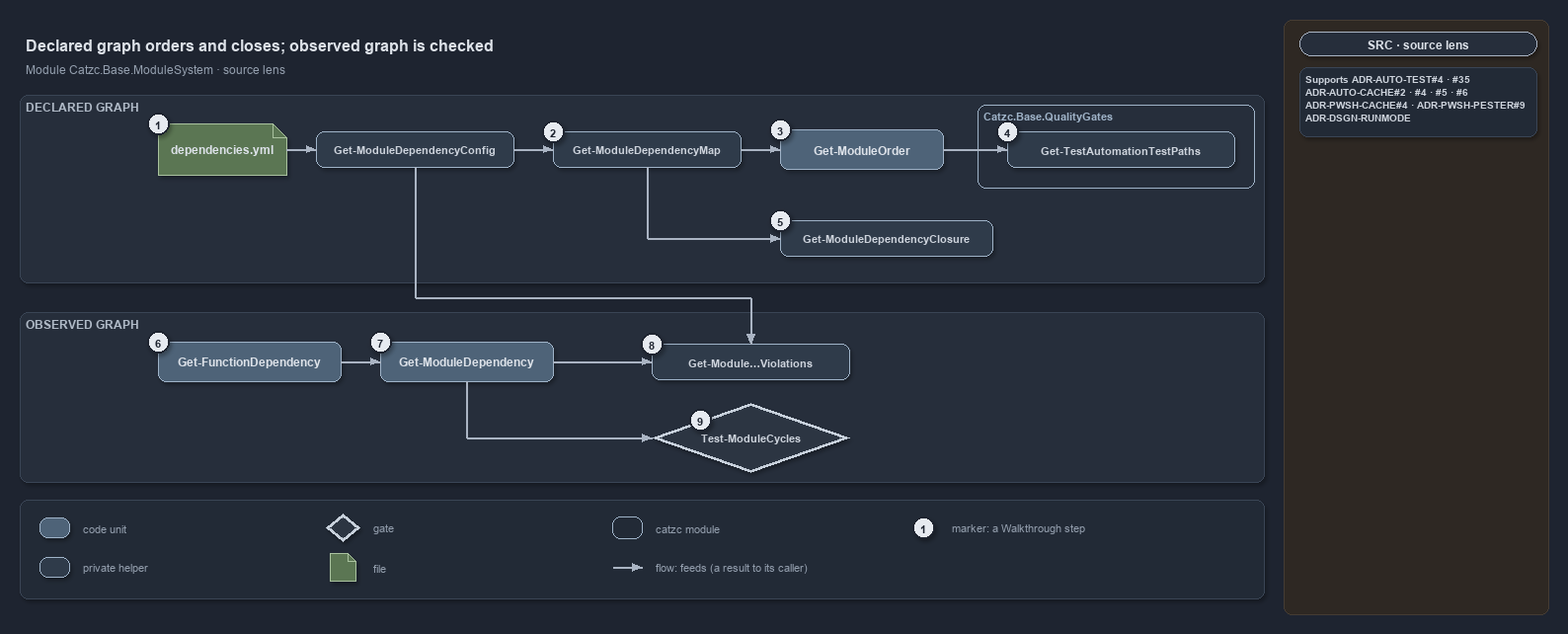
Above: docs/references/pwsh/.assets/module-graph-declared-vs-observed/diagram.drawio.png in casperease/catzc (draw.io), before the change. Source tidied: cells renumbered, new cells last; positions are measured from the earlier drawing's top-left corner, leaving out a move shared by most shapes. Source of this version:
```xml
<mxGraphModel background="#1E2430" shadow="1">
  <root>
    <mxCell id="0" />
    <mxCell id="1" parent="0" />
    <mxCell id="2" style="rounded=1;arcSize=2;html=1;fillColor=#2E2823;strokeColor=#453C33;shadow=0;" parent="1" vertex="1">
      <mxGeometry x="1280" width="268" height="602" as="geometry" />
    </mxCell>
    <mxCell id="3" value="Declared graph orders and closes; observed graph is checked" style="text;html=1;align=left;verticalAlign=middle;fontSize=16;fontStyle=1;fontColor=#DDE2E9;" parent="1" vertex="1">
      <mxGeometry y="10" width="1260" height="30" as="geometry" />
    </mxCell>
    <mxCell id="4" value="Module Catzc.Base.ModuleSystem · source lens" style="text;html=1;align=left;verticalAlign=middle;fontSize=12;fontColor=#949FAE;" parent="1" vertex="1">
      <mxGeometry y="40" width="1260" height="20" as="geometry" />
    </mxCell>
    <mxCell id="5" value="DECLARED GRAPH" style="rounded=1;html=1;arcSize=3;fillColor=#262E3B;strokeColor=#3A4555;verticalAlign=top;align=left;spacingLeft=8;fontStyle=1;fontSize=12;fontColor=#B0BAC7;" parent="1" vertex="1">
      <mxGeometry y="76" width="1260" height="190" as="geometry" />
    </mxCell>
    <mxCell id="6" value="OBSERVED GRAPH" style="rounded=1;html=1;arcSize=3;fillColor=#262E3B;strokeColor=#3A4555;verticalAlign=top;align=left;spacingLeft=8;fontStyle=1;fontSize=12;fontColor=#B0BAC7;" parent="1" vertex="1">
      <mxGeometry y="296" width="1260" height="172" as="geometry" />
    </mxCell>
    <mxCell id="7" value="Catzc.Base.QualityGates" style="rounded=1;html=1;arcSize=6;fillColor=none;strokeColor=#9FB3C8;strokeWidth=1.5;verticalAlign=top;align=left;spacingLeft=8;fontStyle=1;fontSize=11;fontColor=#9FB3C8;shadow=0;" parent="1" vertex="1">
      <mxGeometry x="970" y="86" width="280" height="84" as="geometry" />
    </mxCell>
    <mxCell id="8" value="&lt;b&gt;dependencies.yml&lt;/b&gt;" style="shape=note;size=14;whiteSpace=wrap;html=1;fillColor=#5B7653;strokeColor=#A9C29F;fontColor=#DDE2E9;fontSize=12;" parent="1" vertex="1">
      <mxGeometry x="140" y="105" width="130" height="52" as="geometry" />
    </mxCell>
    <mxCell id="9" value="&lt;b&gt;Get-ModuleDependencyConfig&lt;/b&gt;" style="rounded=1;whiteSpace=wrap;html=1;arcSize=20;fillColor=#2F3B4A;strokeColor=#9FB3C8;fontColor=#CDD3DC;fontSize=11;" parent="1" vertex="1">
      <mxGeometry x="300" y="113" width="200" height="36" as="geometry" />
    </mxCell>
    <mxCell id="10" value="&lt;b&gt;Get-ModuleDependencyMap&lt;/b&gt;" style="rounded=1;whiteSpace=wrap;html=1;arcSize=20;fillColor=#2F3B4A;strokeColor=#9FB3C8;fontColor=#CDD3DC;fontSize=11;" parent="1" vertex="1">
      <mxGeometry x="540" y="113" width="190" height="36" as="geometry" />
    </mxCell>
    <mxCell id="11" value="&lt;b&gt;Get-ModuleOrder&lt;/b&gt;" style="rounded=1;whiteSpace=wrap;html=1;arcSize=20;fillColor=#4E6378;strokeColor=#9FB3C8;fontColor=#DDE2E9;fontSize=12;" parent="1" vertex="1">
      <mxGeometry x="770" y="111" width="165" height="40" as="geometry" />
    </mxCell>
    <mxCell id="12" value="&lt;b&gt;Get-TestAutomationTestPaths&lt;/b&gt;" style="rounded=1;whiteSpace=wrap;html=1;arcSize=20;fillColor=#2F3B4A;strokeColor=#9FB3C8;fontColor=#CDD3DC;fontSize=11;" parent="1" vertex="1">
      <mxGeometry x="1000" y="113" width="230" height="36" as="geometry" />
    </mxCell>
    <mxCell id="13" value="&lt;b&gt;Get-ModuleDependencyClosure&lt;/b&gt;" style="rounded=1;whiteSpace=wrap;html=1;arcSize=20;fillColor=#2F3B4A;strokeColor=#9FB3C8;fontColor=#CDD3DC;fontSize=11;" parent="1" vertex="1">
      <mxGeometry x="770" y="203" width="215" height="36" as="geometry" />
    </mxCell>
    <mxCell id="14" value="&lt;b&gt;Get-FunctionDependency&lt;/b&gt;" style="rounded=1;whiteSpace=wrap;html=1;arcSize=20;fillColor=#4E6378;strokeColor=#9FB3C8;fontColor=#DDE2E9;fontSize=12;" parent="1" vertex="1">
      <mxGeometry x="140" y="326" width="185" height="40" as="geometry" />
    </mxCell>
    <mxCell id="15" value="&lt;b&gt;Get-ModuleDependency&lt;/b&gt;" style="rounded=1;whiteSpace=wrap;html=1;arcSize=20;fillColor=#4E6378;strokeColor=#9FB3C8;fontColor=#DDE2E9;fontSize=12;" parent="1" vertex="1">
      <mxGeometry x="365" y="326" width="175" height="40" as="geometry" />
    </mxCell>
    <mxCell id="16" value="&lt;b&gt;Get-Module…Violations&lt;/b&gt;" style="rounded=1;whiteSpace=wrap;html=1;arcSize=20;fillColor=#2F3B4A;strokeColor=#9FB3C8;fontColor=#CDD3DC;fontSize=11;" parent="1" vertex="1">
      <mxGeometry x="640" y="328" width="200" height="36" as="geometry" />
    </mxCell>
    <mxCell id="17" value="&lt;b&gt;Test-ModuleCycles&lt;/b&gt;" style="rhombus;whiteSpace=wrap;html=1;fillColor=#2C3542;strokeColor=#C7D0DB;strokeWidth=3;fontColor=#CDD3DC;fontSize=11;" parent="1" vertex="1">
      <mxGeometry x="640" y="388" width="200" height="70" as="geometry" />
    </mxCell>
    <mxCell id="18" style="text;html=1;strokeColor=none;fillColor=none;" parent="1" vertex="1">
      <mxGeometry x="635" y="221" width="1" height="1" as="geometry" />
    </mxCell>
    <mxCell id="19" style="text;html=1;strokeColor=none;fillColor=none;" parent="1" vertex="1">
      <mxGeometry x="400" y="281" width="1" height="1" as="geometry" />
    </mxCell>
    <mxCell id="20" style="text;html=1;strokeColor=none;fillColor=none;" parent="1" vertex="1">
      <mxGeometry x="740" y="281" width="1" height="1" as="geometry" />
    </mxCell>
    <mxCell id="21" style="text;html=1;strokeColor=none;fillColor=none;" parent="1" vertex="1">
      <mxGeometry x="452" y="423" width="1" height="1" as="geometry" />
    </mxCell>
    <mxCell id="22" style="edgeStyle=orthogonalEdgeStyle;rounded=1;html=1;fontSize=10;fontColor=#CDD3DC;endArrow=block;strokeColor=#AAB4C3;shadow=0;" parent="1" edge="1" source="8" target="9">
      <mxGeometry relative="1" as="geometry" />
    </mxCell>
    <mxCell id="23" style="edgeStyle=orthogonalEdgeStyle;rounded=1;html=1;fontSize=10;fontColor=#CDD3DC;endArrow=block;strokeColor=#AAB4C3;shadow=0;" parent="1" edge="1" source="9" target="10">
      <mxGeometry relative="1" as="geometry" />
    </mxCell>
    <mxCell id="24" style="edgeStyle=orthogonalEdgeStyle;rounded=1;html=1;fontSize=10;fontColor=#CDD3DC;endArrow=block;strokeColor=#AAB4C3;shadow=0;" parent="1" edge="1" source="10" target="11">
      <mxGeometry relative="1" as="geometry" />
    </mxCell>
    <mxCell id="25" style="edgeStyle=orthogonalEdgeStyle;rounded=1;html=1;fontSize=10;fontColor=#CDD3DC;endArrow=block;strokeColor=#AAB4C3;shadow=0;" parent="1" edge="1" source="11" target="12">
      <mxGeometry relative="1" as="geometry" />
    </mxCell>
    <mxCell id="26" style="edgeStyle=orthogonalEdgeStyle;rounded=1;html=1;endArrow=none;strokeColor=#AAB4C3;shadow=0;" parent="1" edge="1" source="10" target="18">
      <mxGeometry relative="1" as="geometry" />
    </mxCell>
    <mxCell id="27" style="edgeStyle=orthogonalEdgeStyle;rounded=1;html=1;fontSize=10;fontColor=#CDD3DC;endArrow=block;strokeColor=#AAB4C3;shadow=0;" parent="1" edge="1" source="18" target="13">
      <mxGeometry relative="1" as="geometry" />
    </mxCell>
    <mxCell id="28" style="edgeStyle=orthogonalEdgeStyle;rounded=1;html=1;endArrow=none;strokeColor=#AAB4C3;shadow=0;" parent="1" edge="1" source="9" target="19">
      <mxGeometry relative="1" as="geometry" />
    </mxCell>
    <mxCell id="29" style="edgeStyle=orthogonalEdgeStyle;rounded=1;html=1;endArrow=none;strokeColor=#AAB4C3;shadow=0;" parent="1" edge="1" source="19" target="20">
      <mxGeometry relative="1" as="geometry" />
    </mxCell>
    <mxCell id="30" style="edgeStyle=orthogonalEdgeStyle;rounded=1;html=1;fontSize=10;fontColor=#CDD3DC;endArrow=block;strokeColor=#AAB4C3;shadow=0;" parent="1" edge="1" source="20" target="16">
      <mxGeometry relative="1" as="geometry" />
    </mxCell>
    <mxCell id="31" style="edgeStyle=orthogonalEdgeStyle;rounded=1;html=1;fontSize=10;fontColor=#CDD3DC;endArrow=block;strokeColor=#AAB4C3;shadow=0;" parent="1" edge="1" source="14" target="15">
      <mxGeometry relative="1" as="geometry" />
    </mxCell>
    <mxCell id="32" style="edgeStyle=orthogonalEdgeStyle;rounded=1;html=1;fontSize=10;fontColor=#CDD3DC;endArrow=block;strokeColor=#AAB4C3;shadow=0;" parent="1" edge="1" source="15" target="16">
      <mxGeometry relative="1" as="geometry" />
    </mxCell>
    <mxCell id="33" style="edgeStyle=orthogonalEdgeStyle;rounded=1;html=1;endArrow=none;strokeColor=#AAB4C3;shadow=0;" parent="1" edge="1" source="15" target="21">
      <mxGeometry relative="1" as="geometry" />
    </mxCell>
    <mxCell id="34" style="edgeStyle=orthogonalEdgeStyle;rounded=1;html=1;fontSize=10;fontColor=#CDD3DC;endArrow=block;strokeColor=#AAB4C3;shadow=0;" parent="1" edge="1" source="21" target="17">
      <mxGeometry relative="1" as="geometry" />
    </mxCell>
    <mxCell id="35" value="1" style="ellipse;html=1;fillColor=#E6EAF0;strokeColor=#1E2430;strokeWidth=2;fontColor=#1E2430;fontStyle=1;fontSize=11;" parent="1" vertex="1">
      <mxGeometry x="129" y="94" width="22" height="22" as="geometry" />
    </mxCell>
    <mxCell id="36" value="2" style="ellipse;html=1;fillColor=#E6EAF0;strokeColor=#1E2430;strokeWidth=2;fontColor=#1E2430;fontStyle=1;fontSize=11;" parent="1" vertex="1">
      <mxGeometry x="529" y="102" width="22" height="22" as="geometry" />
    </mxCell>
    <mxCell id="37" value="3" style="ellipse;html=1;fillColor=#E6EAF0;strokeColor=#1E2430;strokeWidth=2;fontColor=#1E2430;fontStyle=1;fontSize=11;" parent="1" vertex="1">
      <mxGeometry x="759" y="100" width="22" height="22" as="geometry" />
    </mxCell>
    <mxCell id="38" value="4" style="ellipse;html=1;fillColor=#E6EAF0;strokeColor=#1E2430;strokeWidth=2;fontColor=#1E2430;fontStyle=1;fontSize=11;" parent="1" vertex="1">
      <mxGeometry x="989" y="102" width="22" height="22" as="geometry" />
    </mxCell>
    <mxCell id="39" value="5" style="ellipse;html=1;fillColor=#E6EAF0;strokeColor=#1E2430;strokeWidth=2;fontColor=#1E2430;fontStyle=1;fontSize=11;" parent="1" vertex="1">
      <mxGeometry x="759" y="192" width="22" height="22" as="geometry" />
    </mxCell>
    <mxCell id="40" value="6" style="ellipse;html=1;fillColor=#E6EAF0;strokeColor=#1E2430;strokeWidth=2;fontColor=#1E2430;fontStyle=1;fontSize=11;" parent="1" vertex="1">
      <mxGeometry x="129" y="315" width="22" height="22" as="geometry" />
    </mxCell>
    <mxCell id="41" value="7" style="ellipse;html=1;fillColor=#E6EAF0;strokeColor=#1E2430;strokeWidth=2;fontColor=#1E2430;fontStyle=1;fontSize=11;" parent="1" vertex="1">
      <mxGeometry x="354" y="315" width="22" height="22" as="geometry" />
    </mxCell>
    <mxCell id="42" value="8" style="ellipse;html=1;fillColor=#E6EAF0;strokeColor=#1E2430;strokeWidth=2;fontColor=#1E2430;fontStyle=1;fontSize=11;" parent="1" vertex="1">
      <mxGeometry x="629" y="317" width="22" height="22" as="geometry" />
    </mxCell>
    <mxCell id="43" value="9" style="ellipse;html=1;fillColor=#E6EAF0;strokeColor=#1E2430;strokeWidth=2;fontColor=#1E2430;fontStyle=1;fontSize=11;" parent="1" vertex="1">
      <mxGeometry x="678" y="394" width="22" height="22" as="geometry" />
    </mxCell>
    <mxCell id="44" style="rounded=1;arcSize=6;html=1;fillColor=#222A36;strokeColor=#3A4555;" parent="1" vertex="1">
      <mxGeometry y="486" width="1260" height="100" as="geometry" />
    </mxCell>
    <mxCell id="45" style="rounded=1;whiteSpace=wrap;html=1;arcSize=20;fillColor=#4E6378;strokeColor=#9FB3C8;" parent="1" vertex="1">
      <mxGeometry x="20" y="504" width="30" height="20" as="geometry" />
    </mxCell>
    <mxCell id="46" value="code unit" style="text;html=1;align=left;verticalAlign=middle;fontSize=11;fontColor=#949FAE;" parent="1" vertex="1">
      <mxGeometry x="58" y="504" width="200" height="20" as="geometry" />
    </mxCell>
    <mxCell id="47" style="rounded=1;whiteSpace=wrap;html=1;arcSize=20;fillColor=#2F3B4A;strokeColor=#9FB3C8;" parent="1" vertex="1">
      <mxGeometry x="20" y="544" width="30" height="20" as="geometry" />
    </mxCell>
    <mxCell id="48" value="private helper" style="text;html=1;align=left;verticalAlign=middle;fontSize=11;fontColor=#949FAE;" parent="1" vertex="1">
      <mxGeometry x="58" y="544" width="200" height="20" as="geometry" />
    </mxCell>
    <mxCell id="49" style="rhombus;whiteSpace=wrap;html=1;fillColor=#2C3542;strokeColor=#C7D0DB;strokeWidth=3;" parent="1" vertex="1">
      <mxGeometry x="310" y="500" width="34" height="28" as="geometry" />
    </mxCell>
    <mxCell id="50" value="gate" style="text;html=1;align=left;verticalAlign=middle;fontSize=11;fontColor=#949FAE;" parent="1" vertex="1">
      <mxGeometry x="352" y="504" width="200" height="20" as="geometry" />
    </mxCell>
    <mxCell id="51" style="shape=note;size=8;whiteSpace=wrap;html=1;fillColor=#5B7653;strokeColor=#A9C29F;" parent="1" vertex="1">
      <mxGeometry x="314" y="540" width="26" height="28" as="geometry" />
    </mxCell>
    <mxCell id="52" value="file" style="text;html=1;align=left;verticalAlign=middle;fontSize=11;fontColor=#949FAE;" parent="1" vertex="1">
      <mxGeometry x="352" y="544" width="200" height="20" as="geometry" />
    </mxCell>
    <mxCell id="53" style="rounded=1;html=1;arcSize=6;fillColor=none;strokeColor=#9FB3C8;strokeWidth=1.5;shadow=0;" parent="1" vertex="1">
      <mxGeometry x="600" y="503" width="30" height="22" as="geometry" />
    </mxCell>
    <mxCell id="54" value="catzc module" style="text;html=1;align=left;verticalAlign=middle;fontSize=11;fontColor=#949FAE;" parent="1" vertex="1">
      <mxGeometry x="638" y="504" width="200" height="20" as="geometry" />
    </mxCell>
    <mxCell id="55" style="text;html=1;strokeColor=none;fillColor=none;" parent="1" vertex="1">
      <mxGeometry x="600" y="554" width="1" height="1" as="geometry" />
    </mxCell>
    <mxCell id="56" style="text;html=1;strokeColor=none;fillColor=none;" parent="1" vertex="1">
      <mxGeometry x="630" y="554" width="1" height="1" as="geometry" />
    </mxCell>
    <mxCell id="57" style="edgeStyle=orthogonalEdgeStyle;rounded=1;html=1;endArrow=block;strokeColor=#AAB4C3;shadow=0;" parent="1" edge="1" source="55" target="56">
      <mxGeometry relative="1" as="geometry" />
    </mxCell>
    <mxCell id="58" value="flow: feeds (a result to its caller)" style="text;html=1;align=left;verticalAlign=middle;fontSize=11;fontColor=#949FAE;" parent="1" vertex="1">
      <mxGeometry x="638" y="544" width="240" height="20" as="geometry" />
    </mxCell>
    <mxCell id="59" value="1" style="ellipse;html=1;fillColor=#E6EAF0;strokeColor=#1E2430;strokeWidth=2;fontColor=#1E2430;fontStyle=1;fontSize=11;" parent="1" vertex="1">
      <mxGeometry x="904" y="503" width="22" height="22" as="geometry" />
    </mxCell>
    <mxCell id="60" value="marker: a Walkthrough step" style="text;html=1;align=left;verticalAlign=middle;fontSize=11;fontColor=#949FAE;" parent="1" vertex="1">
      <mxGeometry x="938" y="504" width="220" height="20" as="geometry" />
    </mxCell>
    <mxCell id="61" value="SRC · source lens" style="rounded=1;arcSize=50;whiteSpace=wrap;html=1;fillColor=#262E3B;strokeColor=#AAB4C3;fontColor=#DDE2E9;fontStyle=1;fontSize=12;" parent="1" vertex="1">
      <mxGeometry x="1296" y="12" width="240" height="24" as="geometry" />
    </mxCell>
    <mxCell id="62" value="&lt;b&gt;Supports&lt;/b&gt; ADR-AUTO-TEST#4 · #35&lt;br&gt;ADR-AUTO-CACHE#2 · #4 · #5 · #6&lt;br&gt;ADR-PWSH-CACHE#4 · ADR-PWSH-PESTER#9&lt;br&gt;ADR-DSGN-RUNMODE" style="rounded=1;arcSize=6;whiteSpace=wrap;html=1;align=left;verticalAlign=top;spacingLeft=6;fontSize=10.5;fontColor=#CDD3DC;fillColor=#222A36;strokeColor=#3A4555;" parent="1" vertex="1">
      <mxGeometry x="1296" y="48" width="240" height="70" as="geometry" />
    </mxCell>
  </root>
</mxGraphModel>
```
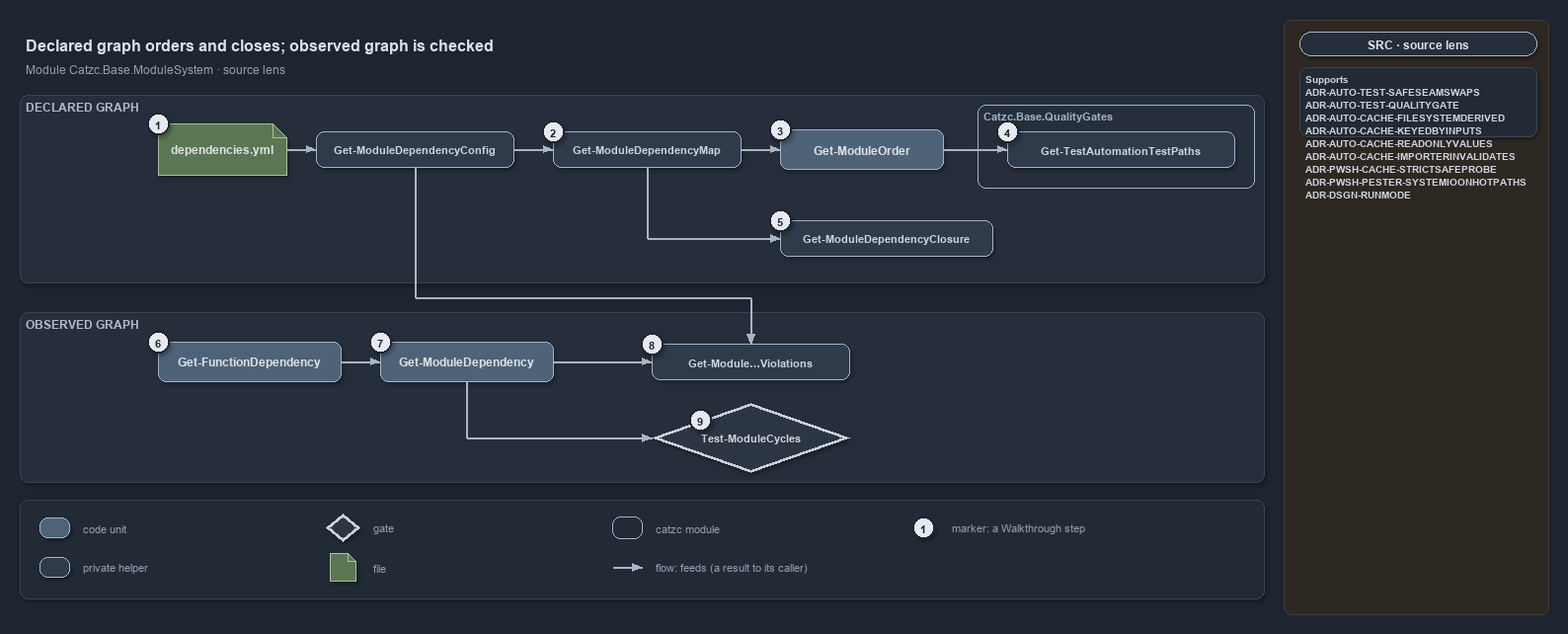
After the change.

Change to the diagram source:
```diff
@@ -182,7 +182,7 @@
     <mxCell id="61" value="SRC · source lens" style="rounded=1;arcSize=50;whiteSpace=wrap;html=1;fillColor=#262E3B;strokeColor=#AAB4C3;fontColor=#DDE2E9;fontStyle=1;fontSize=12;" parent="1" vertex="1">
       <mxGeometry x="1296" y="12" width="240" height="24" as="geometry" />
     </mxCell>
-    <mxCell id="62" value="&lt;b&gt;Supports&lt;/b&gt; ADR-AUTO-TEST#4 · #35&lt;br&gt;ADR-AUTO-CACHE#2 · #4 · #5 · #6&lt;br&gt;ADR-PWSH-CACHE#4 · ADR-PWSH-PESTER#9&lt;br&gt;ADR-DSGN-RUNMODE" style="rounded=1;arcSize=6;whiteSpace=wrap;html=1;align=left;verticalAlign=top;spacingLeft=6;fontSize=10.5;fontColor=#CDD3DC;fillColor=#222A36;strokeColor=#3A4555;" parent="1" vertex="1">
+    <mxCell id="62" value="&lt;b&gt;Supports&lt;/b&gt;&lt;br&gt;ADR-AUTO-TEST-SAFESEAMSWAPS&lt;br&gt;ADR-AUTO-TEST-QUALITYGATE&lt;br&gt;ADR-AUTO-CACHE-FILESYSTEMDERIVED&lt;br&gt;ADR-AUTO-CACHE-KEYEDBYINPUTS&lt;br&gt;ADR-AUTO-CACHE-READONLYVALUES&lt;br&gt;ADR-AUTO-CACHE-IMPORTERINVALIDATES&lt;br&gt;ADR-PWSH-CACHE-STRICTSAFEPROBE&lt;br&gt;ADR-PWSH-PESTER-SYSTEMIOONHOTPATHS&lt;br&gt;ADR-DSGN-RUNMODE" style="rounded=1;arcSize=6;whiteSpace=wrap;html=1;align=left;verticalAlign=top;spacingLeft=6;fontSize=10.5;fontColor=#CDD3DC;fillColor=#222A36;strokeColor=#3A4555;" parent="1" vertex="1">
       <mxGeometry x="1296" y="48" width="240" height="70" as="geometry" />
     </mxCell>
   </root>
```
